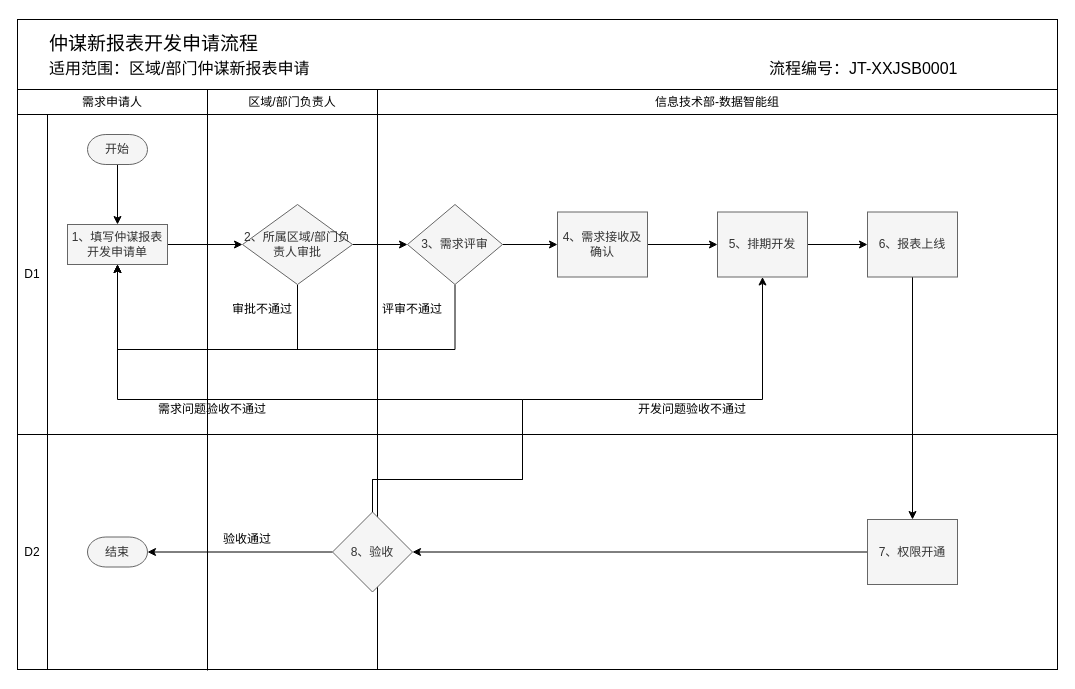
fangzheng0518/draw keeps this draw.io diagram as page "新报表开发需求申请流程" (1 of 4) of pet_data_warehouse/内控流程.drawio. Above is the earlier version. Source tidied: cells renumbered, new cells numbered last; positions are measured from the earlier drawing's top-left corner, leaving out a move shared by most shapes. Both pictures are drawn from the tidied source at 100%, with x=0, y=0 at pixel (17, 19).
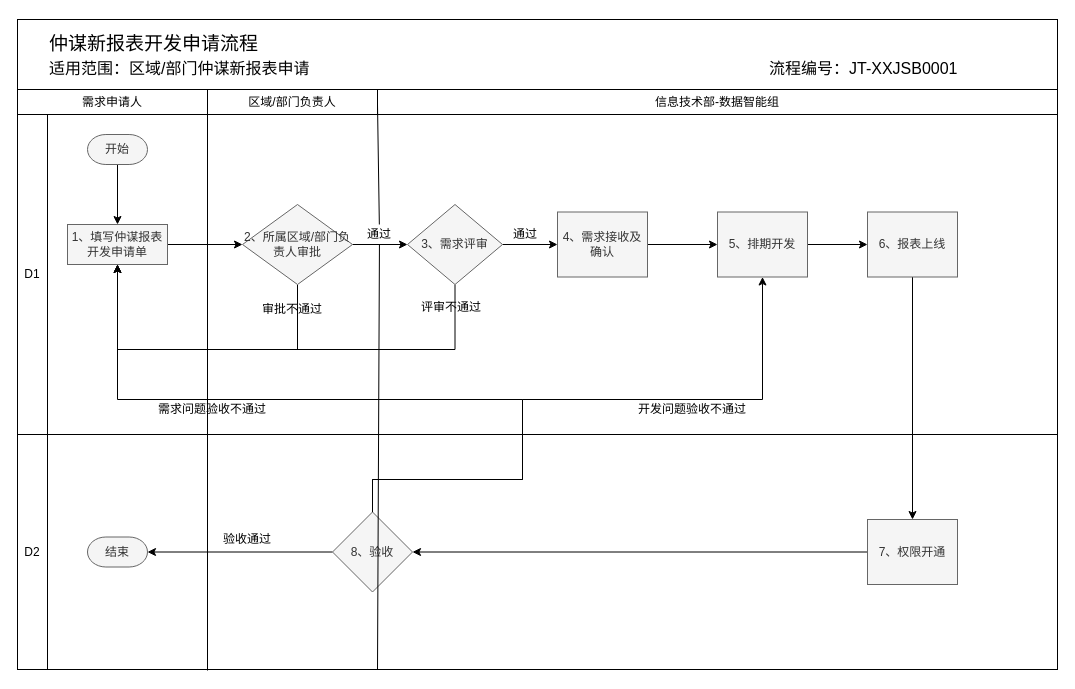
Above is the later version.

Change to the diagram source:
```diff
@@
     <mxCell id="16" value="审批不通过" style="text;html=1;strokeColor=none;fillColor=none;align=center;verticalAlign=middle;whiteSpace=wrap;rounded=0;" parent="1" vertex="1">
-      <mxGeometry x="210" y="280" width="70" height="20" as="geometry" />
+      <mxGeometry x="240" y="280" width="70" height="20" as="geometry" />
     </mxCell>
@@
-    <mxCell id="18" style="endArrow=none;html=1;" parent="1" edge="1">
+    <mxCell id="18" style="endArrow=none;html=1;startArrow=none;" parent="1" edge="1" source="45">
       <mxGeometry relative="1" as="geometry">
-        <mxPoint x="360" y="650" as="sourcePoint" />
         <mxPoint x="360" y="85" as="targetPoint" />
       </mxGeometry>
     </mxCell>
@@
     <mxCell id="24" value="评审不通过" style="text;html=1;strokeColor=none;fillColor=none;align=center;verticalAlign=middle;whiteSpace=wrap;rounded=0;" parent="1" vertex="1">
-      <mxGeometry x="360" y="280" width="70" height="20" as="geometry" />
+      <mxGeometry x="399" y="278" width="70" height="20" as="geometry" />
     </mxCell>
@@
+    <mxCell id="45" value="通过" style="text;html=1;strokeColor=none;fillColor=none;align=center;verticalAlign=middle;whiteSpace=wrap;rounded=0;" parent="1" vertex="1">
+      <mxGeometry x="327" y="205" width="70" height="20" as="geometry" />
+    </mxCell>
+    <mxCell id="46" style="endArrow=none;html=1;" parent="1" edge="1" target="45">
+      <mxGeometry relative="1" as="geometry">
+        <mxPoint x="360" y="650" as="sourcePoint" />
+      </mxGeometry>
+    </mxCell>
+    <mxCell id="47" value="通过" style="text;html=1;strokeColor=none;fillColor=none;align=center;verticalAlign=middle;whiteSpace=wrap;rounded=0;" parent="1" vertex="1">
+      <mxGeometry x="473" y="205" width="70" height="20" as="geometry" />
+    </mxCell>
```
